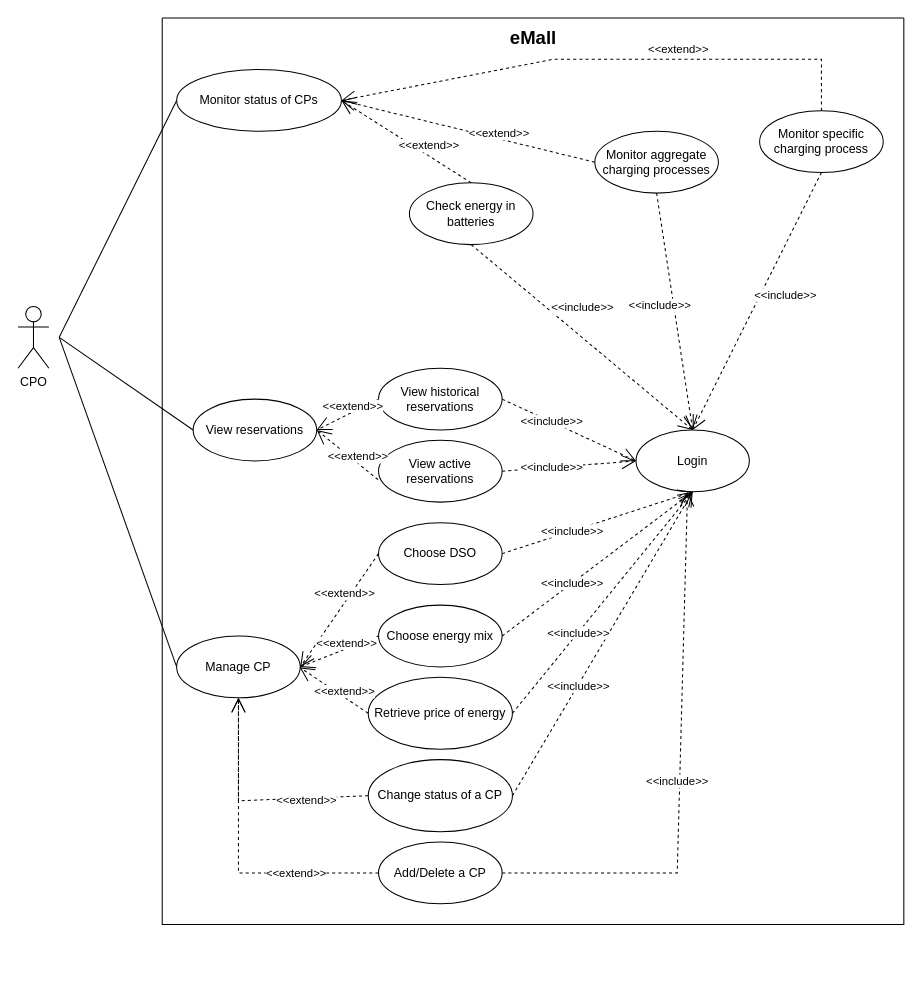
The draw.io diagram RASD/src/use_case_diagram/cpo.drawio in gio-del/eMall, before the edit. Source tidied: cells renumbered, new cells numbered last; positions are measured from the earlier drawing's top-left corner, leaving out a move shared by most shapes. Both pictures are drawn from the tidied source at 103%, with x=0, y=0 at pixel (18, 18).
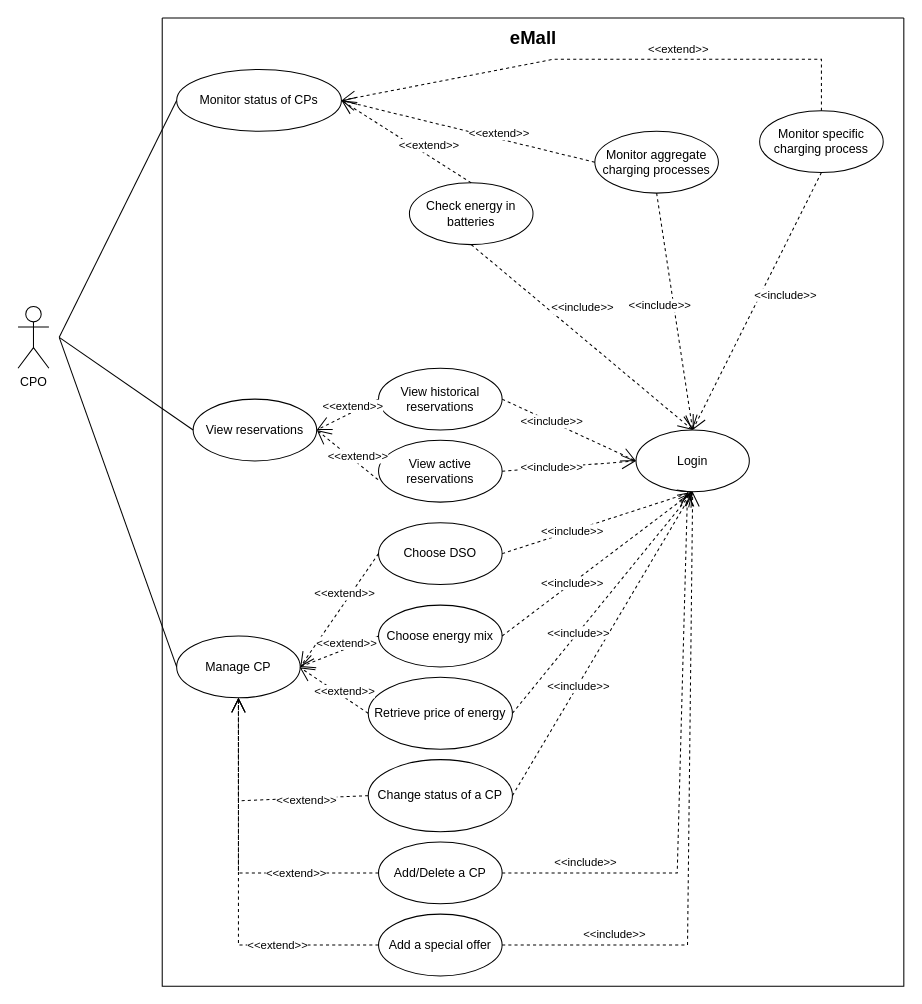
The same page after the edit.

Unchanged cells that the change refers to:
```xml
<mxCell id="20" value="Manage CP" style="ellipse;whiteSpace=wrap;html=1;" parent="3" vertex="1">
  <mxGeometry x="14" y="600" width="120" height="60" as="geometry" />
</mxCell>
<mxCell id="36" value="Add/Delete a CP" style="ellipse;whiteSpace=wrap;html=1;" parent="3" vertex="1">
  <mxGeometry x="210" y="800" width="120" height="60" as="geometry" />
</mxCell>
```

What changed in the source:
```diff
@@
     <mxCell id="3" style="swimlane;startSize=0;" parent="1" vertex="1">
-      <mxGeometry x="140" width="720" height="880" as="geometry" />
+      <mxGeometry x="140" width="720" height="940" as="geometry" />
     </mxCell>
@@
+    <mxCell id="42" value="Add a special offer" style="ellipse;whiteSpace=wrap;html=1;" parent="3" vertex="1">
+      <mxGeometry x="210" y="870" width="120" height="60" as="geometry" />
+    </mxCell>
+    <mxCell id="43" value="&amp;lt;&amp;lt;include&amp;gt;&amp;gt;" style="endArrow=open;endSize=12;dashed=1;html=1;rounded=0;exitX=1;exitY=0.5;exitDx=0;exitDy=0;" parent="3" edge="1" source="42">
+      <mxGeometry x="-0.65" y="10" relative="1" as="geometry">
+        <mxPoint x="515" y="460" as="targetPoint" />
+        <Array as="points">
+          <mxPoint x="510" y="900" />
+        </Array>
+      </mxGeometry>
+    </mxCell>
+    <mxCell id="44" value="&amp;lt;&amp;lt;extend&amp;gt;&amp;gt;" style="endArrow=open;endSize=12;dashed=1;html=1;rounded=0;exitX=0;exitY=0.5;exitDx=0;exitDy=0;entryX=0.5;entryY=1;entryDx=0;entryDy=0;" parent="3" edge="1" source="42" target="20">
+      <mxGeometry x="-0.48" relative="1" as="geometry">
+        <Array as="points">
+          <mxPoint x="74" y="900" />
+        </Array>
+      </mxGeometry>
+    </mxCell>
@@
     <mxCell id="41" value="&amp;lt;&amp;lt;include&amp;gt;&amp;gt;" style="endArrow=open;endSize=12;dashed=1;html=1;rounded=0;exitX=1;exitY=0.5;exitDx=0;exitDy=0;" parent="1" edge="1" source="36">
-      <mxGeometry x="-0.04" y="2" relative="1" as="geometry">
+      <mxGeometry x="-0.7" y="10" relative="1" as="geometry">
         <mxPoint x="650" y="460" as="targetPoint" />
         <Array as="points">
           <mxPoint x="640" y="830" />
         </Array>
       </mxGeometry>
     </mxCell>
```
